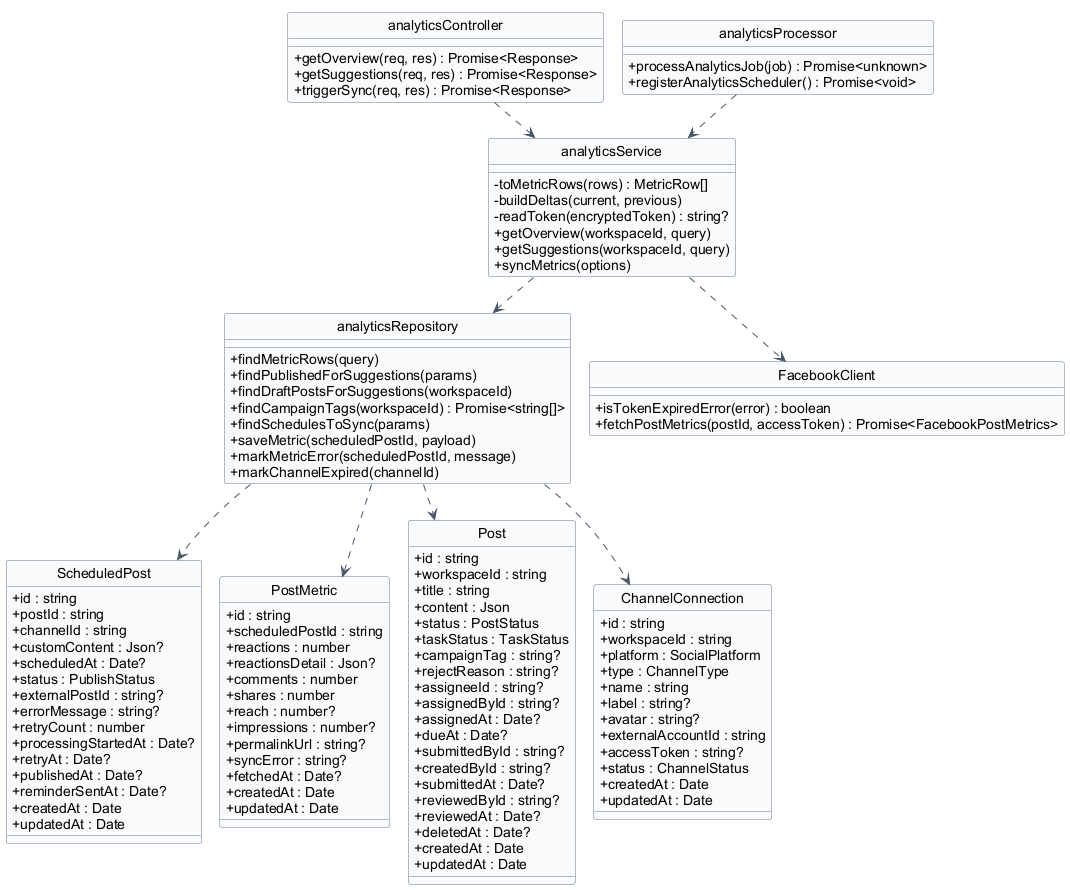
Pham-Hong-Ky/marka-capstone keeps this PlantUML diagram as docs/diagrams/10-analytics.png. Above is the earlier version. Its diagram source:
```plantuml
@startuml 10-analytics
hide circle
hide stereotype
!pragma layout smetana

skinparam classAttributeIconSize 0
skinparam linetype ortho
skinparam shadowing false
skinparam defaultFontName Arial
skinparam nodesep 40
skinparam ranksep 50
skinparam class {
  BackgroundColor #F8FAFC
  BorderColor #64748B
  ArrowColor #475569
}

class "ScheduledPost" as ScheduledPost {
  + id : string
  + postId : string
  + channelId : string
  + customContent : Json?
  + scheduledAt : Date?
  + status : PublishStatus
  + externalPostId : string?
  + errorMessage : string?
  + retryCount : number
  + processingStartedAt : Date?
  + retryAt : Date?
  + publishedAt : Date?
  + reminderSentAt : Date?
  + createdAt : Date
  + updatedAt : Date
}

class "PostMetric" as PostMetric {
  + id : string
  + scheduledPostId : string
  + reactions : number
  + reactionsDetail : Json?
  + comments : number
  + shares : number
  + reach : number?
  + impressions : number?
  + permalinkUrl : string?
  + syncError : string?
  + fetchedAt : Date?
  + createdAt : Date
  + updatedAt : Date
}

class "Post" as Post {
  + id : string
  + workspaceId : string
  + title : string
  + content : Json
  + status : PostStatus
  + taskStatus : TaskStatus
  + campaignTag : string?
  + rejectReason : string?
  + assigneeId : string?
  + assignedById : string?
  + assignedAt : Date?
  + dueAt : Date?
  + submittedById : string?
  + createdById : string?
  + submittedAt : Date?
  + reviewedById : string?
  + reviewedAt : Date?
  + deletedAt : Date?
  + createdAt : Date
  + updatedAt : Date
}

class "ChannelConnection" as ChannelConnection {
  + id : string
  + workspaceId : string
  + platform : SocialPlatform
  + type : ChannelType
  + name : string
  + label : string?
  + avatar : string?
  + externalAccountId : string
  + accessToken : string?
  + status : ChannelStatus
  + createdAt : Date
  + updatedAt : Date
}

class "analyticsController" as analyticsController {
  + getOverview(req, res) : Promise<Response>
  + getSuggestions(req, res) : Promise<Response>
  + triggerSync(req, res) : Promise<Response>
}

class "analyticsService" as analyticsService {
  - toMetricRows(rows) : MetricRow[]
  - buildDeltas(current, previous)
  - readToken(encryptedToken) : string?
  + getOverview(workspaceId, query)
  + getSuggestions(workspaceId, query)
  + syncMetrics(options)
}

class "analyticsRepository" as analyticsRepository {
  + findMetricRows(query)
  + findPublishedForSuggestions(params)
  + findDraftPostsForSuggestions(workspaceId)
  + findCampaignTags(workspaceId) : Promise<string[]>
  + findSchedulesToSync(params)
  + saveMetric(scheduledPostId, payload)
  + markMetricError(scheduledPostId, message)
  + markChannelExpired(channelId)
}

class "analyticsProcessor" as analyticsProcessor {
  + processAnalyticsJob(job) : Promise<unknown>
  + registerAnalyticsScheduler() : Promise<void>
}

class "FacebookClient" as facebookClient {
  + isTokenExpiredError(error) : boolean
  + fetchPostMetrics(postId, accessToken) : Promise<FacebookPostMetrics>
}

analyticsController ..> analyticsService
analyticsService ..> analyticsRepository
analyticsService ..> facebookClient
analyticsProcessor ..> analyticsService

analyticsRepository ..> ScheduledPost
analyticsRepository ..> PostMetric
analyticsRepository ..> Post
analyticsRepository ..> ChannelConnection

@enduml
```
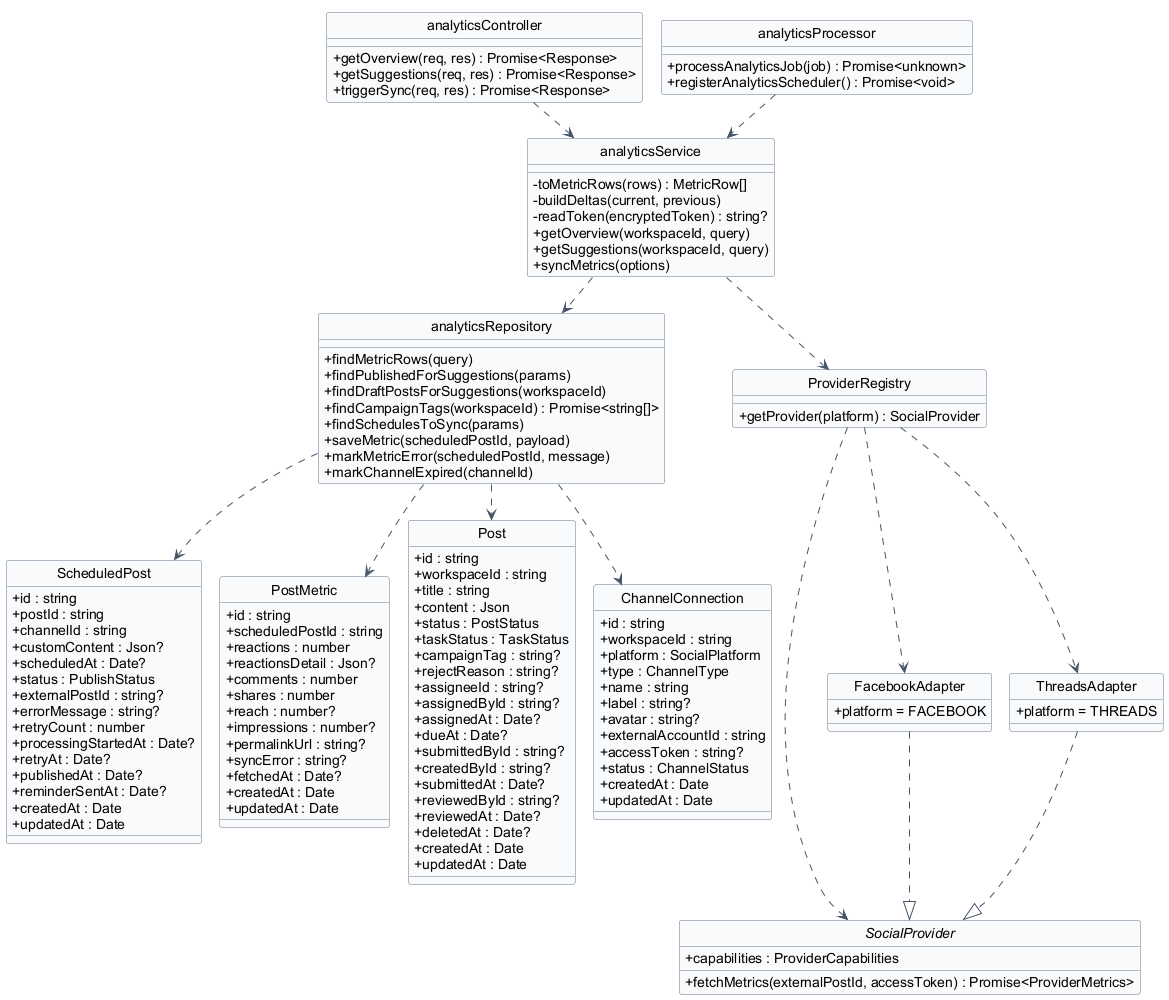
Above is the later version.

What changed in the source:
```diff
@@ -118,14 +118,31 @@
   + registerAnalyticsScheduler() : Promise<void>
 }
 
-class "FacebookClient" as facebookClient {
-  + isTokenExpiredError(error) : boolean
-  + fetchPostMetrics(postId, accessToken) : Promise<FacebookPostMetrics>
+class "ProviderRegistry" as providerRegistry {
+  + getProvider(platform) : SocialProvider
+}
+
+interface "SocialProvider" as socialProvider {
+  + capabilities : ProviderCapabilities
+  + fetchMetrics(externalPostId, accessToken) : Promise<ProviderMetrics>
+}
+
+class "FacebookAdapter" as facebookAdapter {
+  + platform = FACEBOOK
+}
+
+class "ThreadsAdapter" as threadsAdapter {
+  + platform = THREADS
 }
 
 analyticsController ..> analyticsService
 analyticsService ..> analyticsRepository
-analyticsService ..> facebookClient
+analyticsService ..> providerRegistry
+providerRegistry ..> socialProvider
+providerRegistry ..> facebookAdapter
+providerRegistry ..> threadsAdapter
+facebookAdapter ..|> socialProvider
+threadsAdapter ..|> socialProvider
 analyticsProcessor ..> analyticsService
 
 analyticsRepository ..> ScheduledPost
```
